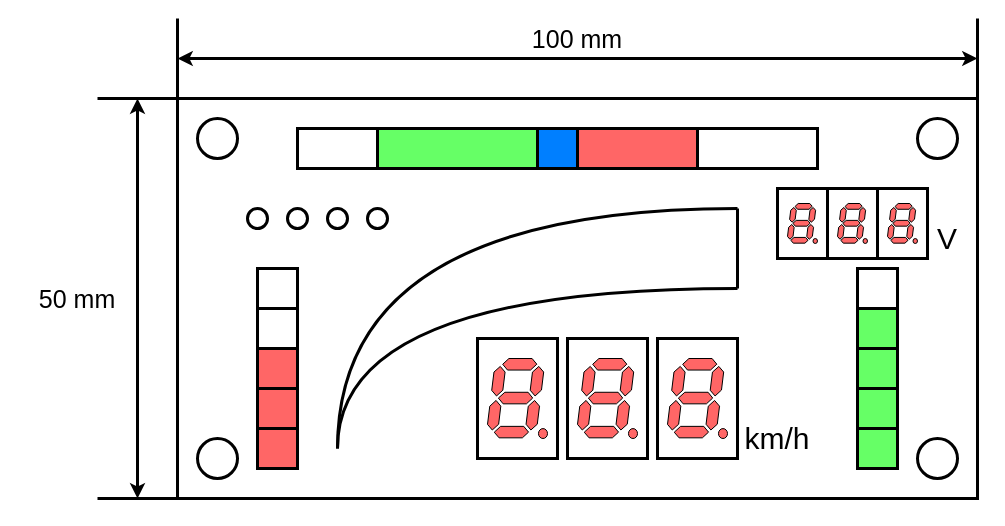
This is designdocs/ui-design.drawio from ST04-tkmr/FET-PCB-meter, a draw.io file, before an edit. Source tidied: cells renumbered, new cells numbered last; positions are measured from the earlier drawing's top-left corner, leaving out a move shared by most shapes. Both pictures are drawn from the tidied source at 100%, with x=0, y=0 at pixel (17, 18).
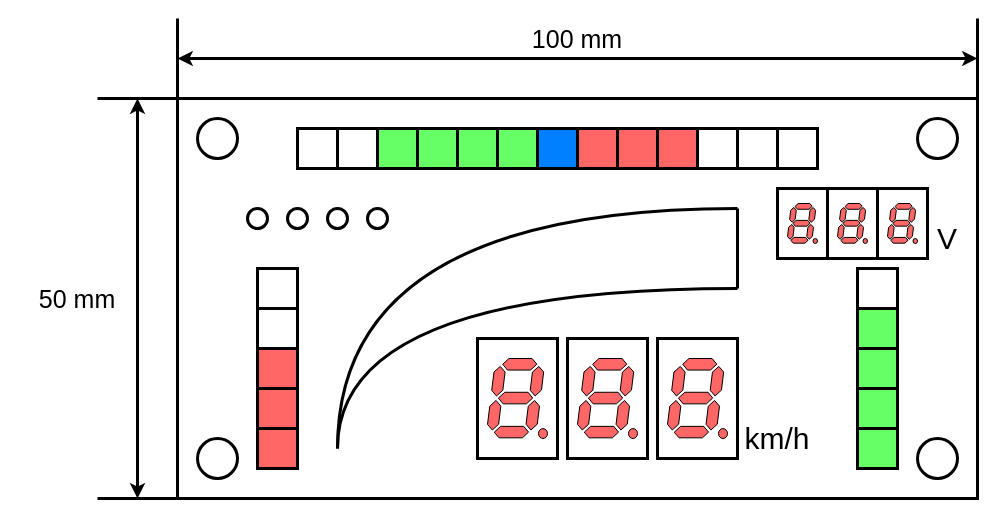
The same page after the edit.

The edit, as a diff of the source:
```diff
@@
+    <mxCell id="51" style="endArrow=none;html=1;rounded=0;strokeWidth=3;" parent="1" edge="1">
+      <mxGeometry relative="1" as="geometry">
+        <mxPoint x="320" y="150" as="sourcePoint" />
+        <mxPoint x="320" y="110" as="targetPoint" />
+      </mxGeometry>
+    </mxCell>
+    <mxCell id="52" style="endArrow=none;html=1;rounded=0;strokeWidth=3;" parent="1" edge="1">
+      <mxGeometry relative="1" as="geometry">
+        <mxPoint x="400" y="150" as="sourcePoint" />
+        <mxPoint x="400" y="110" as="targetPoint" />
+      </mxGeometry>
+    </mxCell>
+    <mxCell id="53" style="endArrow=none;html=1;rounded=0;strokeWidth=3;" parent="1" edge="1">
+      <mxGeometry relative="1" as="geometry">
+        <mxPoint x="440" y="150" as="sourcePoint" />
+        <mxPoint x="440" y="110" as="targetPoint" />
+      </mxGeometry>
+    </mxCell>
+    <mxCell id="54" style="endArrow=none;html=1;rounded=0;strokeWidth=3;" parent="1" edge="1">
+      <mxGeometry relative="1" as="geometry">
+        <mxPoint x="480" y="150" as="sourcePoint" />
+        <mxPoint x="480" y="110" as="targetPoint" />
+      </mxGeometry>
+    </mxCell>
+    <mxCell id="55" style="endArrow=none;html=1;rounded=0;strokeWidth=3;" parent="1" edge="1">
+      <mxGeometry relative="1" as="geometry">
+        <mxPoint x="600" y="150" as="sourcePoint" />
+        <mxPoint x="600" y="110" as="targetPoint" />
+      </mxGeometry>
+    </mxCell>
+    <mxCell id="56" style="endArrow=none;html=1;rounded=0;strokeWidth=3;" parent="1" edge="1">
+      <mxGeometry relative="1" as="geometry">
+        <mxPoint x="640" y="150" as="sourcePoint" />
+        <mxPoint x="640" y="110" as="targetPoint" />
+      </mxGeometry>
+    </mxCell>
+    <mxCell id="57" style="endArrow=none;html=1;rounded=0;strokeWidth=3;" parent="1" edge="1">
+      <mxGeometry relative="1" as="geometry">
+        <mxPoint x="720" y="150" as="sourcePoint" />
+        <mxPoint x="720" y="110" as="targetPoint" />
+      </mxGeometry>
+    </mxCell>
+    <mxCell id="58" style="endArrow=none;html=1;rounded=0;strokeWidth=3;" parent="1" edge="1">
+      <mxGeometry relative="1" as="geometry">
+        <mxPoint x="760" y="150" as="sourcePoint" />
+        <mxPoint x="760" y="110" as="targetPoint" />
+      </mxGeometry>
+    </mxCell>
```
